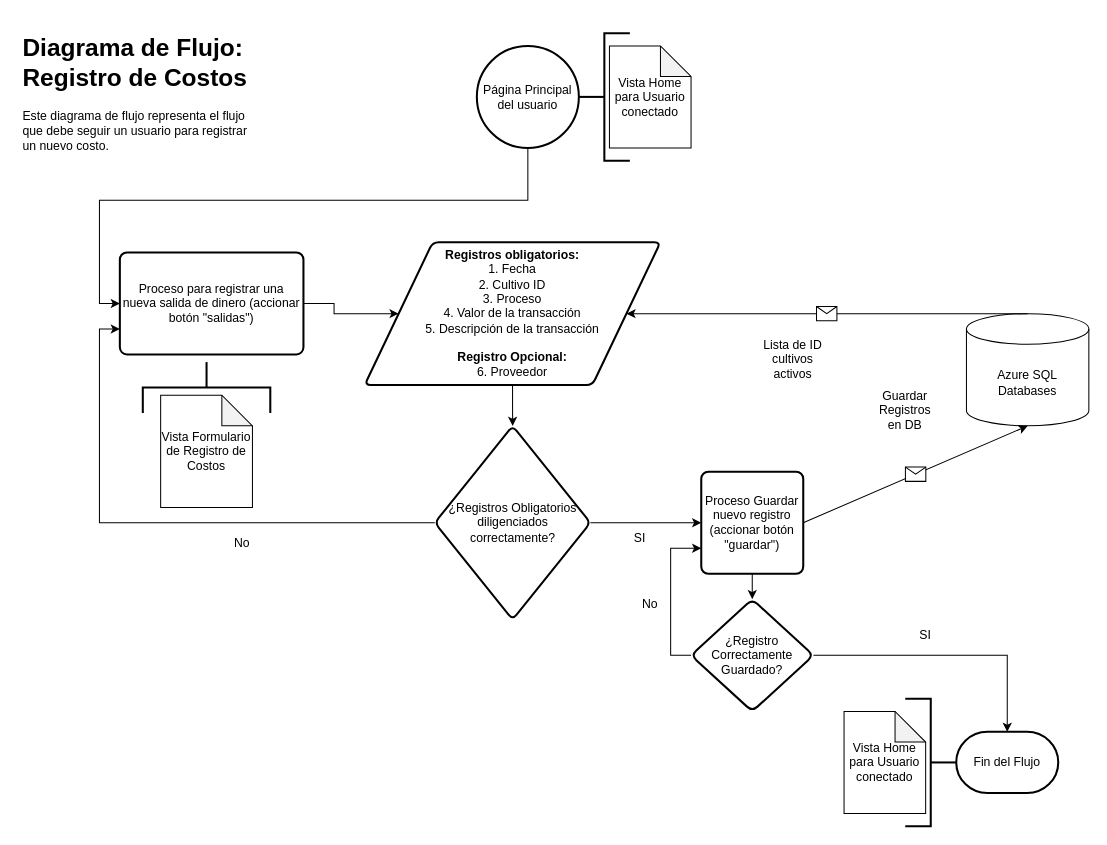
Waldemar77/PapAppCost_FlowChart keeps this draw.io diagram as page "Cost Records" (2 of 3) of flowchart.drawio. Above is the earlier version. Source tidied: cells renumbered, new cells numbered last; positions are measured from the earlier drawing's top-left corner, leaving out a move shared by most shapes. Both pictures are drawn from the tidied source at 102%, with x=0, y=0 at pixel (17, 28).
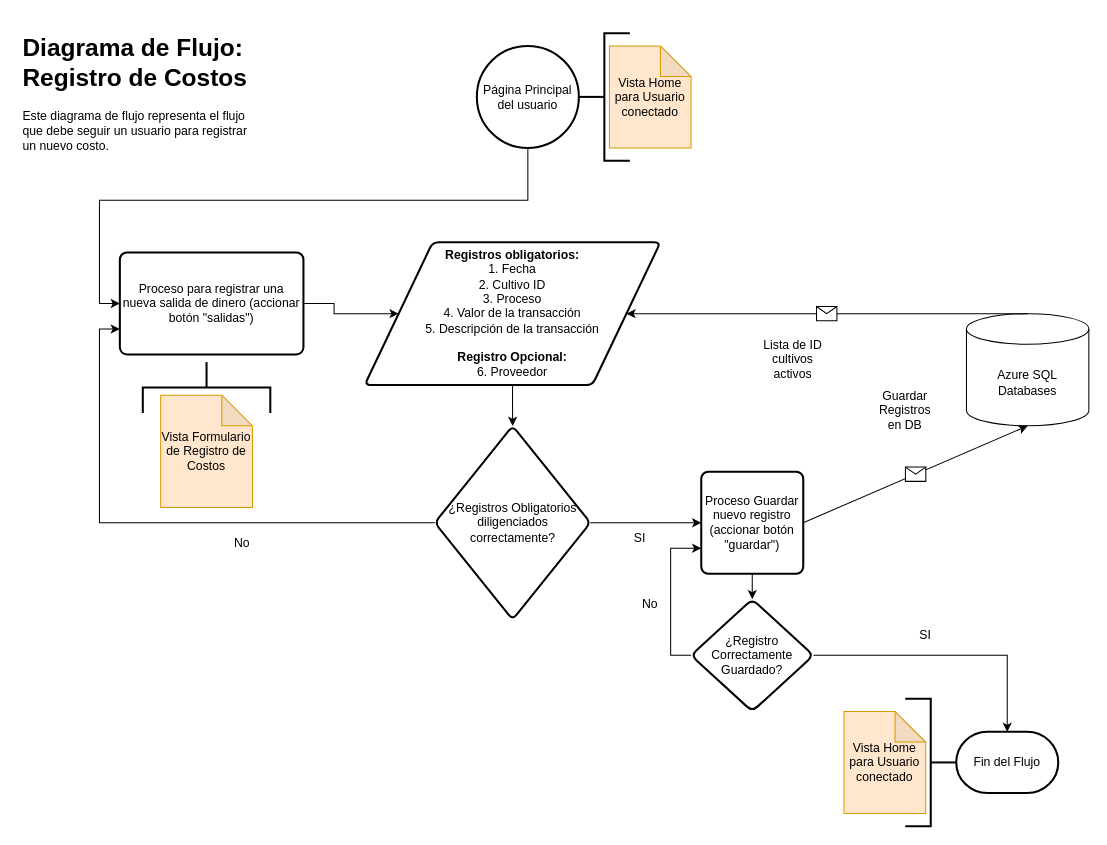
Above is the later version.

The edit, as a diff of the source:
```diff
@@
-    <mxCell id="4" value="Vista Home para Usuario conectado" style="shape=note;whiteSpace=wrap;html=1;backgroundOutline=1;darkOpacity=0.05;" parent="1" vertex="1">
+    <mxCell id="4" value="Vista Home para Usuario conectado" style="shape=note;whiteSpace=wrap;html=1;backgroundOutline=1;darkOpacity=0.05;fillColor=#ffe6cc;strokeColor=#d79b00;" parent="1" vertex="1">
       <mxGeometry x="580" y="17.5" width="80" height="100" as="geometry" />
     </mxCell>
@@
-    <mxCell id="9" value="Vista Formulario de Registro de Costos" style="shape=note;whiteSpace=wrap;html=1;backgroundOutline=1;darkOpacity=0.05;" parent="1" vertex="1">
+    <mxCell id="9" value="Vista Formulario de Registro de Costos" style="shape=note;whiteSpace=wrap;html=1;backgroundOutline=1;darkOpacity=0.05;fillColor=#ffe6cc;strokeColor=#d79b00;" parent="1" vertex="1">
       <mxGeometry x="140" y="360" width="90" height="110" as="geometry" />
     </mxCell>
@@
-    <mxCell id="32" value="Vista Home para Usuario conectado" style="shape=note;whiteSpace=wrap;html=1;backgroundOutline=1;darkOpacity=0.05;" parent="1" vertex="1">
+    <mxCell id="32" value="Vista Home para Usuario conectado" style="shape=note;whiteSpace=wrap;html=1;backgroundOutline=1;darkOpacity=0.05;fillColor=#ffe6cc;strokeColor=#d79b00;" parent="1" vertex="1">
       <mxGeometry x="810" y="670" width="80" height="100" as="geometry" />
     </mxCell>
```
